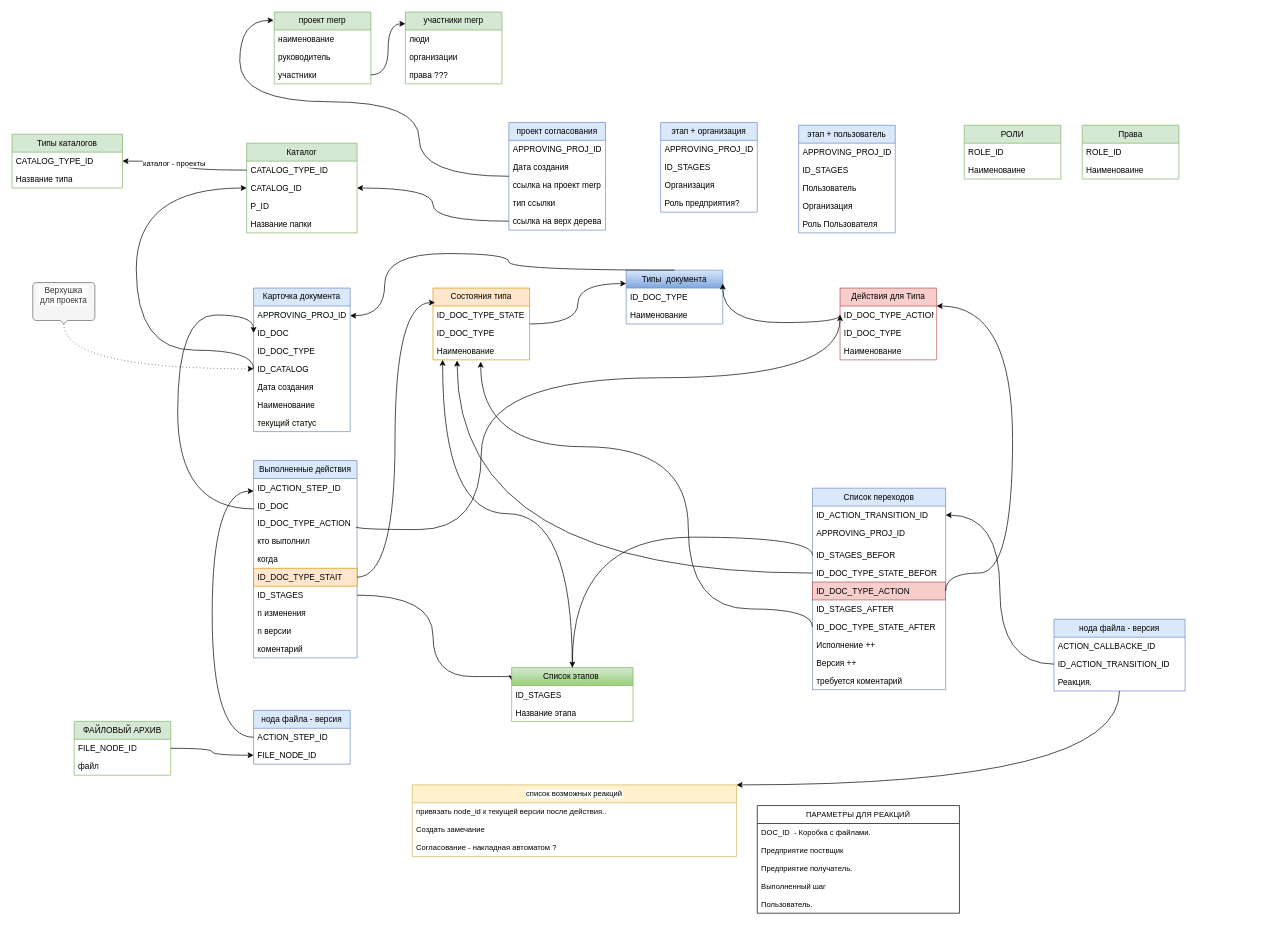
Earlier version of the draw.io diagram сущность проектной документации.drawio (sashok74/diagrams). Source tidied: cells renumbered, new cells numbered last; positions are measured from the earlier drawing's top-left corner, leaving out a move shared by most shapes. Both pictures are drawn from the tidied source at 69%, with x=0, y=0 at pixel (12, 12).
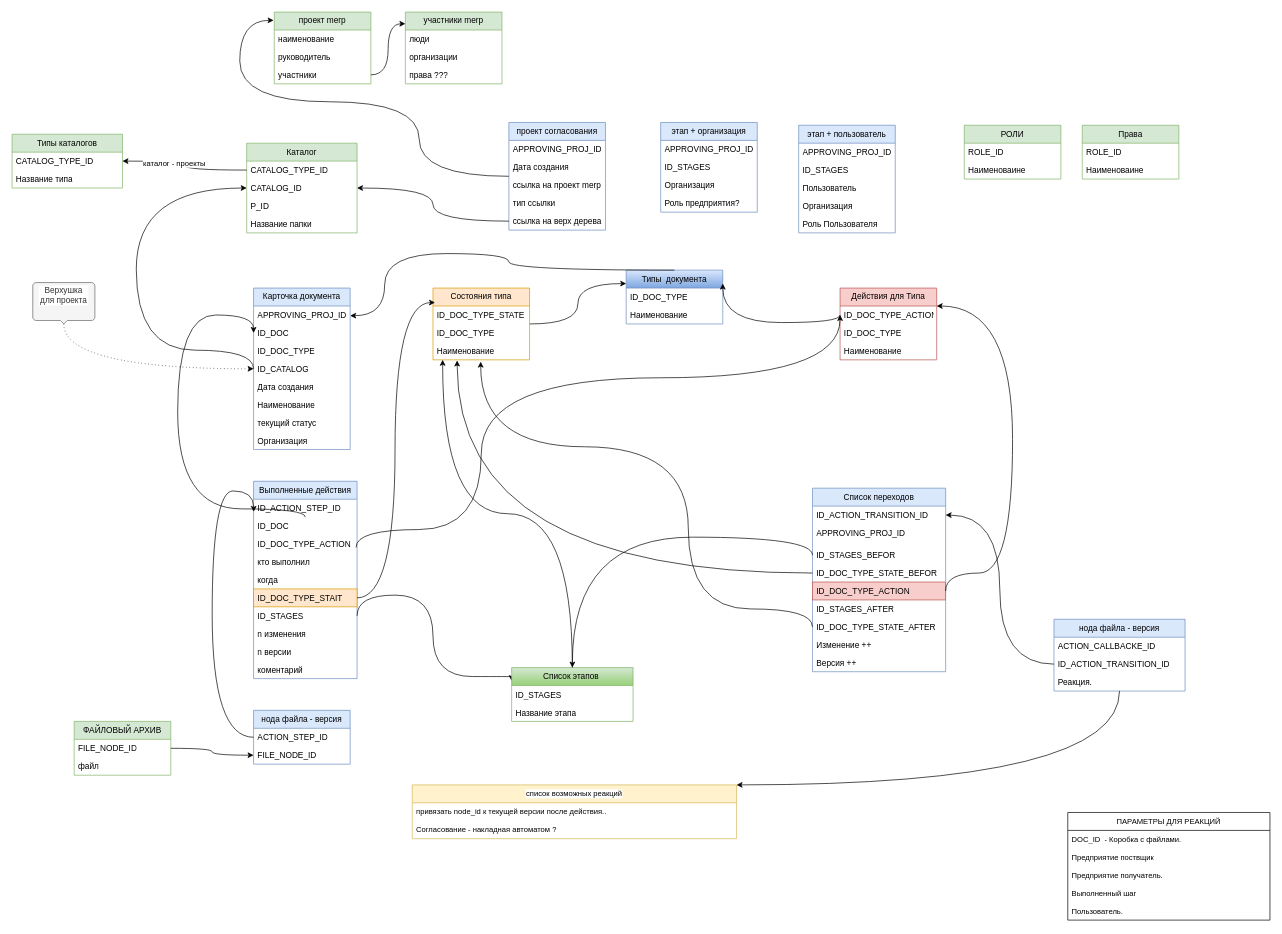
The same page after the edit.

Change to the diagram source:
```diff
@@
     <mxCell id="24" value="Карточка документа" style="swimlane;fontStyle=0;horizontal=1;startSize=26;fillColor=#dae8fc;whiteSpace=wrap;html=1;strokeColor=#6c8ebf;" parent="1" vertex="1">
-      <mxGeometry x="350" y="400" width="140" height="208" as="geometry" />
+      <mxGeometry x="350" y="400" width="140" height="234" as="geometry" />
     </mxCell>
@@
+    <mxCell id="129" value="Организация" style="text;strokeColor=none;fillColor=none;align=left;verticalAlign=top;spacingLeft=4;spacingRight=4;overflow=hidden;whiteSpace=wrap;html=1;" parent="24" vertex="1">
+      <mxGeometry y="208" width="140" height="26" as="geometry" />
+    </mxCell>
@@
     <mxCell id="41" value="список возможных реакций" style="swimlane;fontStyle=0;horizontal=1;startSize=26;fillColor=#fff2cc;whiteSpace=wrap;html=1;fontFamily=Helvetica;fontSize=11;labelBackgroundColor=default;strokeColor=#d6b656;" parent="1" vertex="1">
-      <mxGeometry x="580" y="1120" width="470" height="104" as="geometry" />
+      <mxGeometry x="580" y="1120" width="470" height="78" as="geometry" />
     </mxCell>
@@
-    <mxCell id="43" value="Создать замечание" style="text;strokeColor=none;fillColor=none;align=left;verticalAlign=top;spacingLeft=4;spacingRight=4;overflow=hidden;whiteSpace=wrap;html=1;fontFamily=Helvetica;fontSize=11;fontColor=default;labelBackgroundColor=default;" parent="41" vertex="1">
-      <mxGeometry y="52" width="470" height="26" as="geometry" />
-    </mxCell>
     <mxCell id="44" value="Согласование - накладная автоматом ?" style="text;strokeColor=none;fillColor=none;align=left;verticalAlign=top;spacingLeft=4;spacingRight=4;overflow=hidden;whiteSpace=wrap;html=1;fontFamily=Helvetica;fontSize=11;fontColor=default;labelBackgroundColor=default;" parent="41" vertex="1">
-      <mxGeometry y="78" width="470" height="26" as="geometry" />
+      <mxGeometry y="52" width="470" height="26" as="geometry" />
     </mxCell>
     <mxCell id="45" value="Выполненные действия" style="swimlane;fontStyle=0;horizontal=1;startSize=26;fillColor=#dae8fc;whiteSpace=wrap;html=1;strokeColor=#6c8ebf;" parent="1" vertex="1">
-      <mxGeometry x="350" y="650" width="150" height="286" as="geometry" />
+      <mxGeometry x="350" y="680" width="150" height="286" as="geometry" />
     </mxCell>
@@
     <mxCell id="65" value="Список переходов" style="swimlane;fontStyle=0;horizontal=1;startSize=26;fillColor=#dae8fc;whiteSpace=wrap;html=1;strokeColor=#6c8ebf;" parent="1" vertex="1">
-      <mxGeometry x="1160" y="690" width="193" height="292" as="geometry" />
+      <mxGeometry x="1160" y="690" width="193" height="266" as="geometry" />
     </mxCell>
@@
-    <mxCell id="73" value="Исполнение ++" style="text;strokeColor=none;fillColor=none;align=left;verticalAlign=top;spacingLeft=4;spacingRight=4;overflow=hidden;whiteSpace=wrap;html=1;" parent="65" vertex="1">
+    <mxCell id="73" value="Изменение ++" style="text;strokeColor=none;fillColor=none;align=left;verticalAlign=top;spacingLeft=4;spacingRight=4;overflow=hidden;whiteSpace=wrap;html=1;" parent="65" vertex="1">
       <mxGeometry y="214" width="193" height="26" as="geometry" />
     </mxCell>
@@
-    <mxCell id="75" value="&lt;div&gt;требуется коментарий&lt;/div&gt;&lt;div&gt;&lt;br&gt;&lt;/div&gt;" style="text;strokeColor=none;fillColor=none;align=left;verticalAlign=top;spacingLeft=4;spacingRight=4;overflow=hidden;whiteSpace=wrap;html=1;" parent="65" vertex="1">
-      <mxGeometry y="266" width="193" height="26" as="geometry" />
-    </mxCell>
@@
     <mxCell id="116" value="ПАРАМЕТРЫ ДЛЯ РЕАКЦИЙ" style="swimlane;fontStyle=0;horizontal=1;startSize=26;fillColor=none;whiteSpace=wrap;html=1;fontFamily=Helvetica;fontSize=11;fontColor=default;labelBackgroundColor=default;" parent="1" vertex="1">
-      <mxGeometry x="1080" y="1150" width="293" height="156" as="geometry" />
+      <mxGeometry x="1530" y="1160" width="293" height="156" as="geometry" />
     </mxCell>
```
